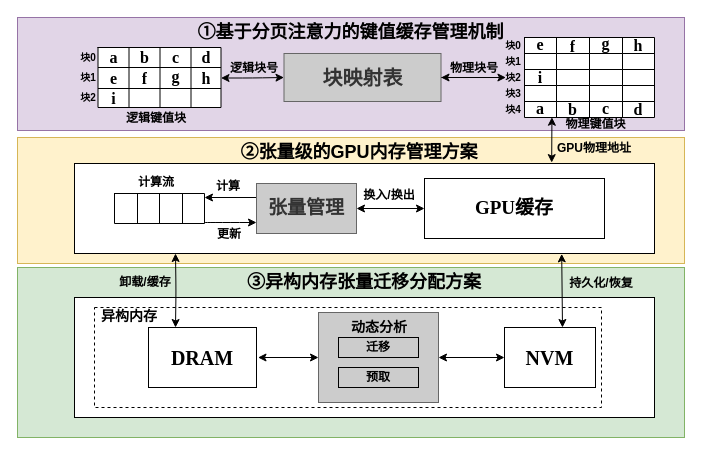
Before: transformer.drawio in icszhr/zhr123nb.github.io, a draw.io diagram. Source tidied: cells renumbered, new cells numbered last; positions are measured from the earlier drawing's top-left corner, leaving out a move shared by most shapes. Both pictures are drawn from the tidied source at 100%, with x=0, y=0 at pixel (17, 17).
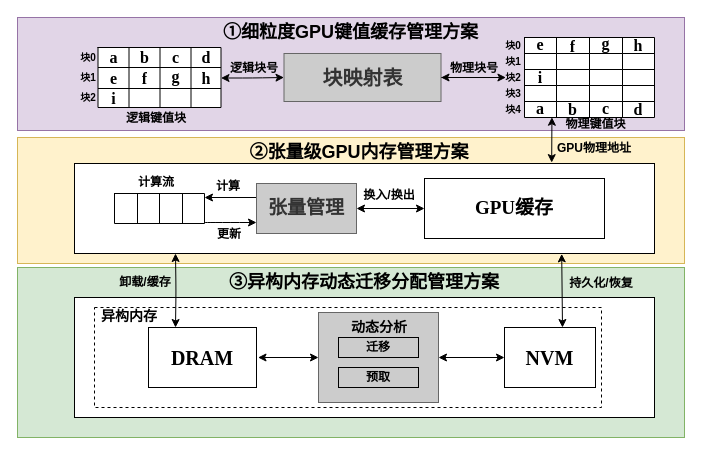
Above is the later version.

Diff of the diagram source:
```diff
@@
-    <mxCell id="32" value="&lt;font size=&quot;1&quot; face=&quot;宋体&quot;&gt;&lt;b style=&quot;font-size: 18px;&quot;&gt;③异构内存张量迁移分配方案&lt;/b&gt;&lt;/font&gt;" style="text;html=1;strokeColor=none;fillColor=none;align=center;verticalAlign=middle;whiteSpace=wrap;rounded=0;" parent="1" vertex="1">
+    <mxCell id="32" value="&lt;font size=&quot;1&quot; face=&quot;宋体&quot;&gt;&lt;b style=&quot;font-size: 18px;&quot;&gt;③&lt;/b&gt;&lt;/font&gt;&lt;font size=&quot;1&quot; face=&quot;宋体&quot;&gt;&lt;b style=&quot;font-size: 18px;&quot;&gt;异构内存动态迁移分配管理方案&lt;/b&gt;&lt;/font&gt;" style="text;html=1;strokeColor=none;fillColor=none;align=center;verticalAlign=middle;whiteSpace=wrap;rounded=0;" parent="1" vertex="1">
       <mxGeometry x="187" y="250" width="320" height="30" as="geometry" />
     </mxCell>
-    <mxCell id="33" value="&lt;font face=&quot;宋体&quot;&gt;&lt;b&gt;&lt;font style=&quot;font-size: 18px;&quot;&gt;②张量级的GPU内存管理方案&lt;/font&gt;&lt;/b&gt;&lt;/font&gt;" style="text;html=1;strokeColor=none;fillColor=none;align=center;verticalAlign=middle;whiteSpace=wrap;rounded=0;" parent="1" vertex="1">
+    <mxCell id="33" value="&lt;font face=&quot;宋体&quot;&gt;&lt;b&gt;&lt;font style=&quot;font-size: 18px;&quot;&gt;②&lt;/font&gt;&lt;/b&gt;&lt;b&gt;&lt;font style=&quot;font-size: 18px;&quot;&gt;张量级GPU内存管理方案&lt;/font&gt;&lt;/b&gt;&lt;/font&gt;" style="text;html=1;strokeColor=none;fillColor=none;align=center;verticalAlign=middle;whiteSpace=wrap;rounded=0;" parent="1" vertex="1">
       <mxGeometry x="191" y="120" width="301.5" height="30" as="geometry" />
     </mxCell>
@@
-    <mxCell id="44" value="&lt;font face=&quot;宋体&quot;&gt;&lt;b&gt;&lt;font style=&quot;font-size: 18px;&quot;&gt;①&lt;/font&gt;&lt;font style=&quot;font-size: 18px;&quot;&gt;基于分页注意力的键值缓存管理机制&lt;/font&gt;&lt;/b&gt;&lt;/font&gt;" style="text;html=1;strokeColor=none;fillColor=none;align=center;verticalAlign=middle;whiteSpace=wrap;rounded=0;" parent="1" vertex="1">
+    <mxCell id="44" value="&lt;font face=&quot;宋体&quot;&gt;&lt;b&gt;&lt;font style=&quot;font-size: 18px;&quot;&gt;①&lt;/font&gt;&lt;/b&gt;&lt;b&gt;&lt;font style=&quot;font-size: 18px;&quot;&gt;细粒度GPU键值缓存管理方案&lt;/font&gt;&lt;/b&gt;&lt;/font&gt;" style="text;html=1;strokeColor=none;fillColor=none;align=center;verticalAlign=middle;whiteSpace=wrap;rounded=0;" parent="1" vertex="1">
       <mxGeometry x="166" width="335" height="30" as="geometry" />
     </mxCell>
```
